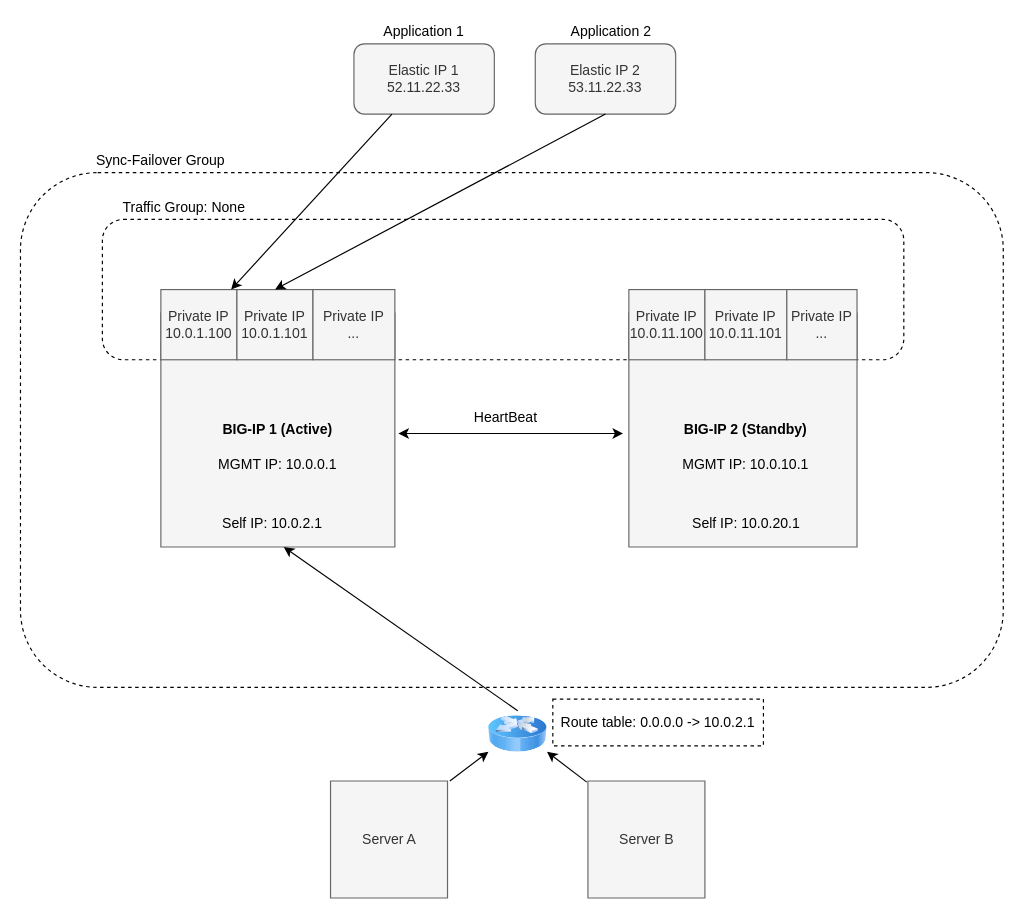
This is contributing/images/src/AWSFailoverExtensionHighLevelBefore.drawio.xml from F5Networks/f5-cloud-failover-extension, a draw.io file, before an edit. Source tidied: cells renumbered, new cells numbered last; positions are measured from the earlier drawing's top-left corner, leaving out a move shared by most shapes. Both pictures are drawn from the tidied source at 117%, with x=0, y=0 at pixel (20, 20).
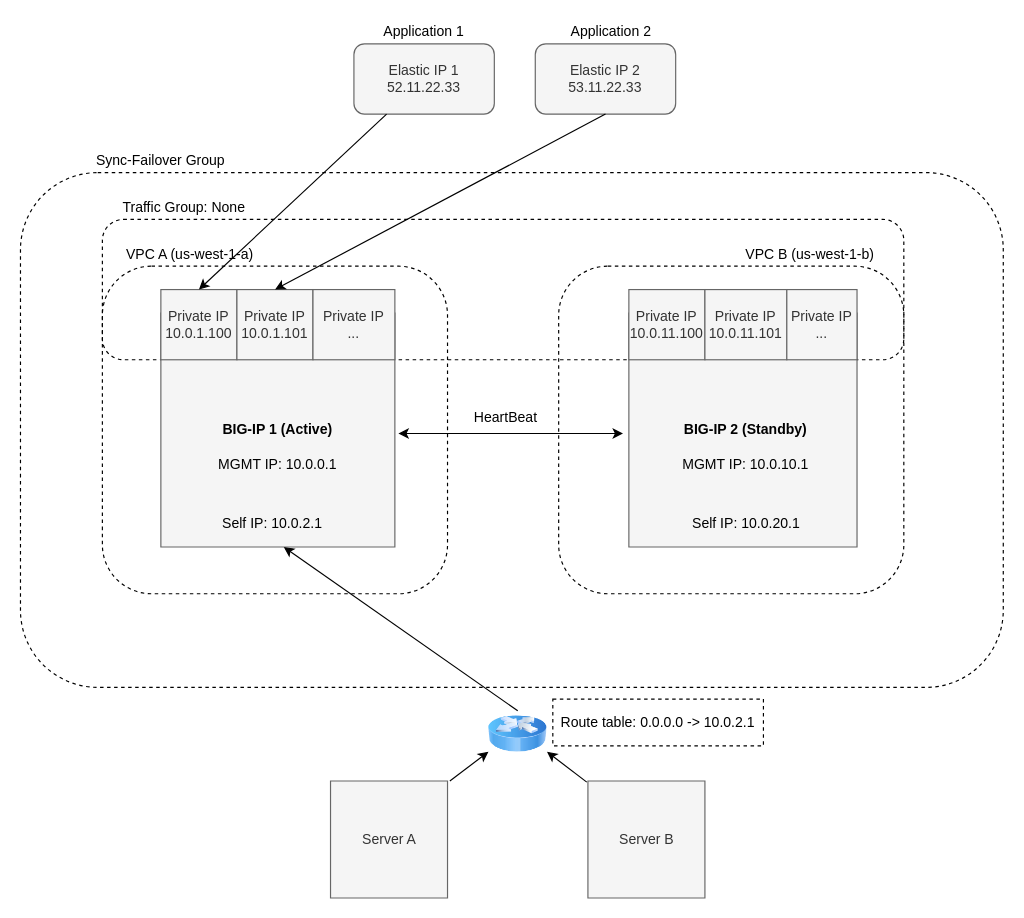
After the change.

The change refers to these unchanged cells:
```xml
<mxCell id="13" value="Private IP&lt;br&gt;10.0.1.100" style="rounded=0;whiteSpace=wrap;html=1;fillColor=#f5f5f5;strokeColor=#666666;fontColor=#333333;" parent="1" vertex="1">
  <mxGeometry x="120" y="230" width="65" height="60" as="geometry" />
</mxCell>
<mxCell id="19" value="Elastic IP 1&lt;br&gt;52.11.22.33" style="rounded=1;whiteSpace=wrap;html=1;fillColor=#f5f5f5;strokeColor=#666666;fontColor=#333333;" parent="1" vertex="1">
  <mxGeometry x="285" y="20" width="120" height="60" as="geometry" />
</mxCell>
```

What changed in the source:
```diff
@@
+    <mxCell id="3" style="rounded=1;whiteSpace=wrap;html=1;dashed=1;fillColor=none;" parent="1" vertex="1">
+      <mxGeometry y="130" width="840" height="440" as="geometry" />
+    </mxCell>
+    <mxCell id="35" style="rounded=1;whiteSpace=wrap;html=1;dashed=1;" parent="1" vertex="1">
+      <mxGeometry x="460" y="210" width="295" height="280" as="geometry" />
+    </mxCell>
+    <mxCell id="36" style="rounded=1;whiteSpace=wrap;html=1;dashed=1;" parent="1" vertex="1">
+      <mxGeometry x="70" y="210" width="295" height="280" as="geometry" />
+    </mxCell>
@@
-    <mxCell id="3" style="rounded=1;whiteSpace=wrap;html=1;dashed=1;fillColor=none;" parent="1" vertex="1">
-      <mxGeometry y="130" width="840" height="440" as="geometry" />
-    </mxCell>
@@
-    <mxCell id="21" style="endArrow=classic;html=1;" parent="1" edge="1" source="19" target="13">
+    <mxCell id="21" style="endArrow=classic;html=1;entryX=0.5;entryY=0;entryDx=0;entryDy=0;" parent="1" edge="1" source="19" target="13">
       <mxGeometry relative="1" as="geometry" />
     </mxCell>
@@
+    <mxCell id="37" value="VPC A (us-west-1-a)" style="text;html=1;strokeColor=none;fillColor=none;align=center;verticalAlign=middle;whiteSpace=wrap;rounded=0;dashed=1;" parent="1" vertex="1">
+      <mxGeometry x="50" y="190" width="190" height="20" as="geometry" />
+    </mxCell>
+    <mxCell id="38" value="VPC B (us-west-1-b)" style="text;html=1;strokeColor=none;fillColor=none;align=center;verticalAlign=middle;whiteSpace=wrap;rounded=0;dashed=1;" parent="1" vertex="1">
+      <mxGeometry x="580" y="190" width="190" height="20" as="geometry" />
+    </mxCell>
```
